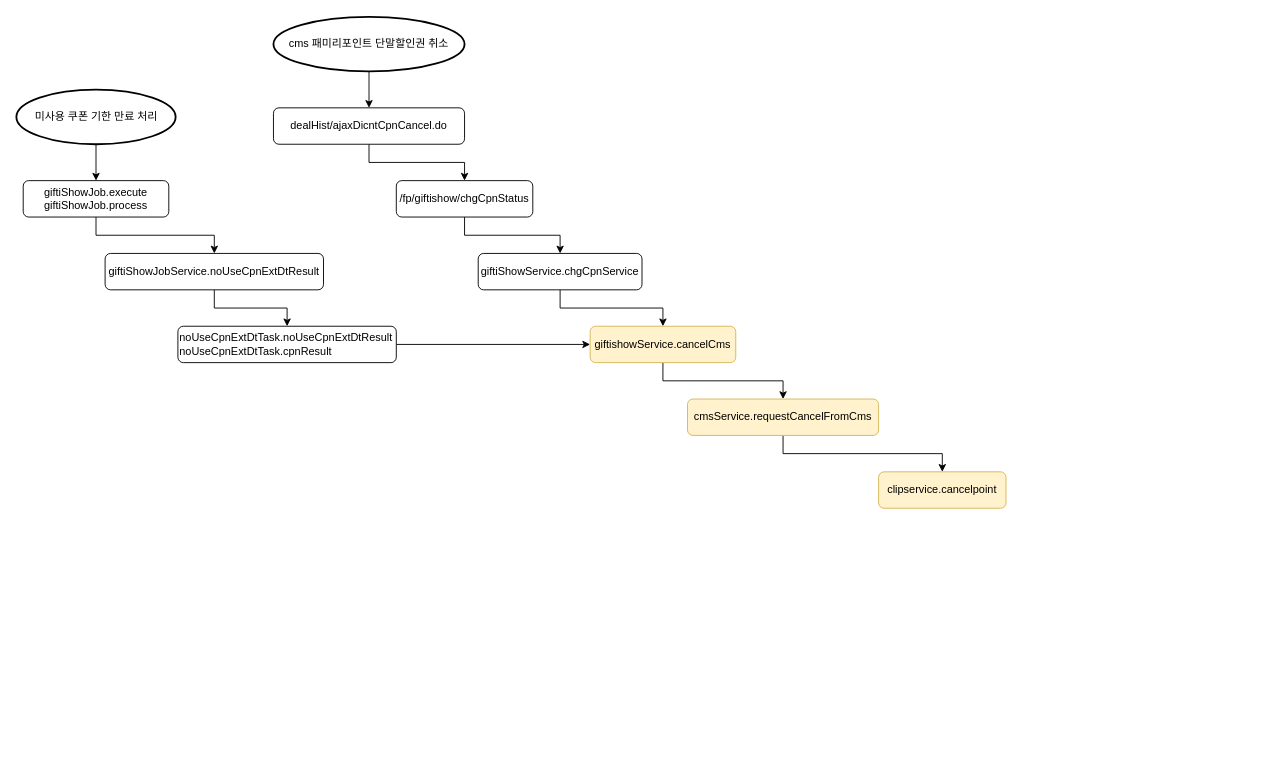
Before: pointHub.drawio in latemorning/sichuan, a draw.io diagram. Source tidied: cells renumbered, new cells numbered last; positions are measured from the earlier drawing's top-left corner, leaving out a move shared by most shapes. Both pictures are drawn from the tidied source at 91%, with x=0, y=0 at pixel (15, 16).
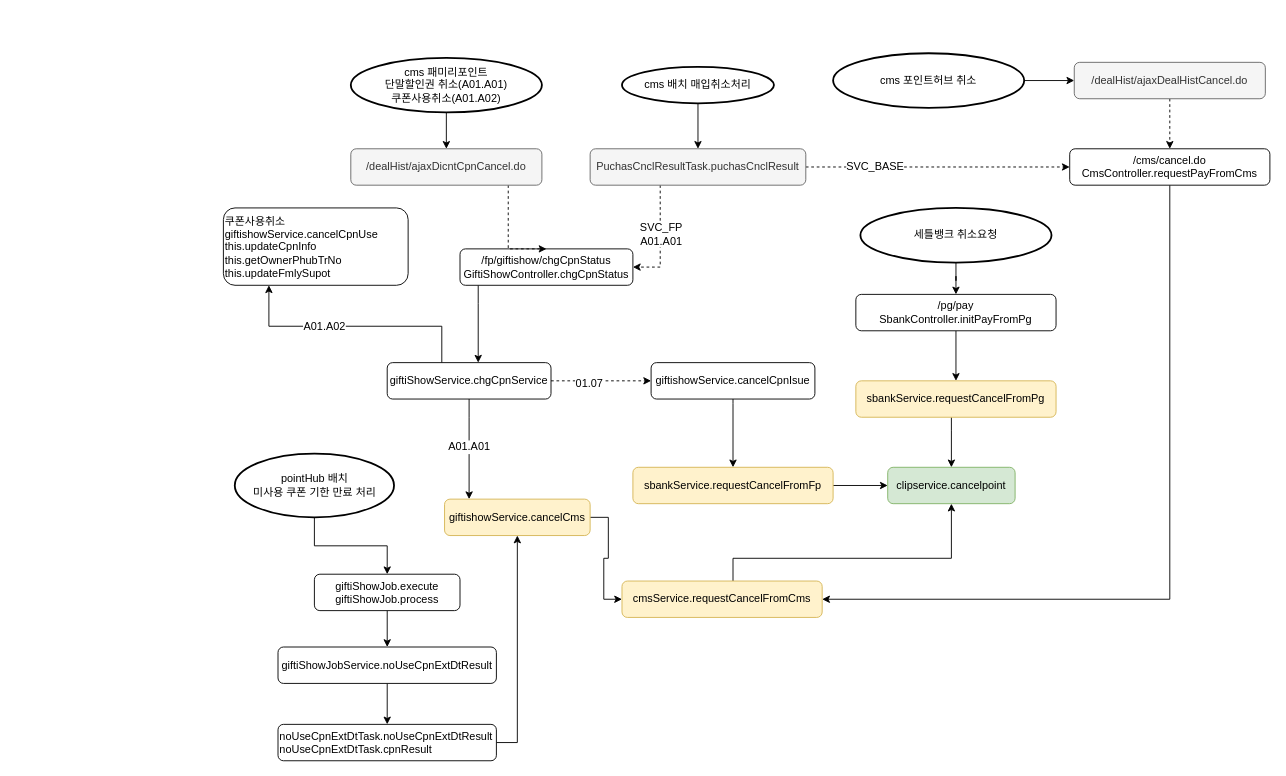
After the change.

Diff of the diagram source:
```diff
@@
-    <mxCell id="2" value="clipservice.cancelpoint" style="rounded=1;whiteSpace=wrap;html=1;fontSize=12;fillColor=#fff2cc;strokeColor=#d6b656;" parent="1" vertex="1">
-      <mxGeometry x="948" y="500" width="140" height="40" as="geometry" />
+    <mxCell id="2" value="clipservice.cancelpoint" style="rounded=1;whiteSpace=wrap;html=1;fontSize=12;fillColor=#d5e8d4;strokeColor=#82b366;" parent="1" vertex="1">
+      <mxGeometry x="958" y="495" width="140" height="40" as="geometry" />
     </mxCell>
-    <mxCell id="3" style="edgeStyle=orthogonalEdgeStyle;rounded=0;jettySize=auto;html=1;entryX=0.5;entryY=0;entryDx=0;entryDy=0;fontSize=12;" parent="1" edge="1" source="4" target="2">
-      <mxGeometry relative="1" as="geometry" />
+    <mxCell id="3" style="edgeStyle=orthogonalEdgeStyle;rounded=0;jettySize=auto;html=1;entryX=0.5;entryY=1;entryDx=0;entryDy=0;strokeColor=#000000;fontSize=12;" parent="1" edge="1" source="4" target="2">
+      <mxGeometry relative="1" as="geometry">
+        <Array as="points">
+          <mxPoint x="788" y="595" />
+          <mxPoint x="1028" y="595" />
+        </Array>
+      </mxGeometry>
     </mxCell>
     <mxCell id="4" value="cmsService.requestCancelFromCms" style="rounded=1;whiteSpace=wrap;html=1;fontSize=12;fillColor=#fff2cc;strokeColor=#d6b656;" parent="1" vertex="1">
-      <mxGeometry x="738" y="420" width="210" height="40" as="geometry" />
+      <mxGeometry x="666" y="620" width="220" height="40" as="geometry" />
     </mxCell>
-    <mxCell id="5" style="edgeStyle=orthogonalEdgeStyle;rounded=0;jettySize=auto;html=1;entryX=0.5;entryY=0;entryDx=0;entryDy=0;fontSize=12;" parent="1" edge="1" source="6" target="4">
+    <mxCell id="5" style="edgeStyle=orthogonalEdgeStyle;rounded=0;jettySize=auto;html=1;entryX=0;entryY=0.5;entryDx=0;entryDy=0;strokeColor=#000000;fontSize=12;" parent="1" edge="1" source="6" target="4">
       <mxGeometry relative="1" as="geometry" />
     </mxCell>
     <mxCell id="6" value="giftishowService.cancelCms" style="rounded=1;whiteSpace=wrap;html=1;fontSize=12;fillColor=#fff2cc;strokeColor=#d6b656;" parent="1" vertex="1">
-      <mxGeometry x="631" y="340" width="160" height="40" as="geometry" />
+      <mxGeometry x="471" y="530" width="160" height="40" as="geometry" />
     </mxCell>
-    <mxCell id="7" style="edgeStyle=orthogonalEdgeStyle;rounded=0;jettySize=auto;html=1;entryX=0.5;entryY=0;entryDx=0;entryDy=0;fontSize=12;" parent="1" edge="1" source="8" target="6">
-      <mxGeometry relative="1" as="geometry" />
+    <mxCell id="7" style="edgeStyle=orthogonalEdgeStyle;rounded=0;jettySize=auto;html=1;fontSize=12;exitX=0.5;exitY=1;exitDx=0;exitDy=0;" parent="1" edge="1" source="8" target="6">
+      <mxGeometry relative="1" as="geometry">
+        <Array as="points">
+          <mxPoint x="498" y="440" />
+          <mxPoint x="498" y="440" />
+        </Array>
+      </mxGeometry>
     </mxCell>
+    <mxCell id="23" value="A01.A01" style="text;html=1;align=center;verticalAlign=middle;labelBackgroundColor=#ffffff;fontSize=12;" parent="7" vertex="1">
+      <mxGeometry x="-0.06" y="-1" relative="1" as="geometry" />
+    </mxCell>
+    <mxCell id="24" style="edgeStyle=orthogonalEdgeStyle;rounded=0;jettySize=auto;html=1;strokeColor=#000000;fontSize=12;" parent="1" edge="1" source="8" target="40">
+      <mxGeometry relative="1" as="geometry">
+        <Array as="points">
+          <mxPoint x="468" y="340" />
+          <mxPoint x="278" y="340" />
+        </Array>
+      </mxGeometry>
+    </mxCell>
+    <mxCell id="25" value="A01.A02" style="text;html=1;align=center;verticalAlign=middle;labelBackgroundColor=#ffffff;fontSize=12;" parent="24" vertex="1">
+      <mxGeometry x="0.03" y="2" relative="1" as="geometry">
+        <mxPoint x="-28" y="-2" as="offset" />
+      </mxGeometry>
+    </mxCell>
+    <mxCell id="26" style="edgeStyle=orthogonalEdgeStyle;rounded=0;jettySize=auto;html=1;entryX=0;entryY=0.5;entryDx=0;entryDy=0;dashed=1;strokeColor=#000000;fontSize=12;" parent="1" edge="1" source="8" target="51">
+      <mxGeometry relative="1" as="geometry" />
+    </mxCell>
+    <mxCell id="27" value="01.07" style="text;html=1;align=center;verticalAlign=middle;labelBackgroundColor=#ffffff;fontSize=12;" parent="26" vertex="1">
+      <mxGeometry x="-0.26" y="-2" relative="1" as="geometry" />
+    </mxCell>
     <mxCell id="8" value="giftiShowService.chgCpnService" style="rounded=1;whiteSpace=wrap;html=1;fontSize=12;" parent="1" vertex="1">
-      <mxGeometry x="508" y="260" width="180" height="40" as="geometry" />
+      <mxGeometry x="408" y="380" width="180" height="40" as="geometry" />
     </mxCell>
     <mxCell id="9" style="edgeStyle=orthogonalEdgeStyle;rounded=0;jettySize=auto;html=1;fontSize=12;" parent="1" edge="1" source="10" target="8">
-      <mxGeometry relative="1" as="geometry" />
+      <mxGeometry relative="1" as="geometry">
+        <Array as="points">
+          <mxPoint x="508" y="315" />
+          <mxPoint x="508" y="315" />
+        </Array>
+      </mxGeometry>
     </mxCell>
-    <mxCell id="10" value="/fp/giftishow/chgCpnStatus" style="rounded=1;whiteSpace=wrap;html=1;fontSize=12;" parent="1" vertex="1">
-      <mxGeometry x="418" y="180" width="150" height="40" as="geometry" />
+    <mxCell id="10" value="/fp/giftishow/chgCpnStatus&lt;br&gt;GiftiShowController.chgCpnStatus" style="rounded=1;whiteSpace=wrap;html=1;fontSize=12;" parent="1" vertex="1">
+      <mxGeometry x="488" y="255" width="190" height="40" as="geometry" />
     </mxCell>
-    <mxCell id="11" style="edgeStyle=orthogonalEdgeStyle;rounded=0;jettySize=auto;html=1;entryX=0.5;entryY=0;entryDx=0;entryDy=0;fontSize=12;" parent="1" edge="1" source="12" target="10">
-      <mxGeometry relative="1" as="geometry" />
+    <mxCell id="11" style="edgeStyle=orthogonalEdgeStyle;rounded=0;jettySize=auto;html=1;entryX=0.5;entryY=0;entryDx=0;entryDy=0;fontSize=12;dashed=1;" parent="1" edge="1" source="12" target="10">
+      <mxGeometry relative="1" as="geometry">
+        <Array as="points">
+          <mxPoint x="541" y="215" />
+          <mxPoint x="541" y="215" />
+        </Array>
+      </mxGeometry>
     </mxCell>
-    <mxCell id="12" value="dealHist/ajaxDicntCpnCancel.do" style="rounded=1;whiteSpace=wrap;html=1;fontSize=12;" parent="1" vertex="1">
-      <mxGeometry x="283" y="100" width="210" height="40" as="geometry" />
+    <mxCell id="12" value="/dealHist/ajaxDicntCpnCancel.do" style="rounded=1;whiteSpace=wrap;html=1;fontSize=12;fillColor=#f5f5f5;strokeColor=#666666;fontColor=#333333;" parent="1" vertex="1">
+      <mxGeometry x="368" y="145" width="210" height="40" as="geometry" />
     </mxCell>
-    <mxCell id="13" style="edgeStyle=orthogonalEdgeStyle;rounded=0;jettySize=auto;html=1;fontSize=12;" parent="1" edge="1" source="14" target="16">
+    <mxCell id="13" style="edgeStyle=orthogonalEdgeStyle;rounded=0;jettySize=auto;html=1;entryX=0.5;entryY=0;entryDx=0;entryDy=0;strokeColor=#000000;fontSize=12;" parent="1" edge="1" source="14" target="16">
       <mxGeometry relative="1" as="geometry" />
     </mxCell>
     <mxCell id="14" value="giftiShowJob.execute&lt;br&gt;giftiShowJob.process" style="rounded=1;whiteSpace=wrap;html=1;fontSize=12;" parent="1" vertex="1">
-      <mxGeometry x="8" y="180" width="160" height="40" as="geometry" />
+      <mxGeometry x="328" y="612.5" width="160" height="40" as="geometry" />
     </mxCell>
-    <mxCell id="15" style="edgeStyle=orthogonalEdgeStyle;rounded=0;jettySize=auto;html=1;entryX=0.5;entryY=0;entryDx=0;entryDy=0;fontSize=12;" parent="1" edge="1" source="16" target="18">
+    <mxCell id="15" style="edgeStyle=orthogonalEdgeStyle;rounded=0;jettySize=auto;html=1;entryX=0.5;entryY=0;entryDx=0;entryDy=0;strokeColor=#000000;fontSize=12;" parent="1" edge="1" source="16" target="18">
       <mxGeometry relative="1" as="geometry" />
     </mxCell>
     <mxCell id="16" value="giftiShowJobService.noUseCpnExtDtResult" style="rounded=1;whiteSpace=wrap;html=1;fontSize=12;" parent="1" vertex="1">
-      <mxGeometry x="98" y="260" width="240" height="40" as="geometry" />
+      <mxGeometry x="288" y="692.5" width="240" height="40" as="geometry" />
     </mxCell>
-    <mxCell id="17" style="edgeStyle=orthogonalEdgeStyle;rounded=0;jettySize=auto;html=1;entryX=0;entryY=0.5;entryDx=0;entryDy=0;fontSize=12;exitX=1;exitY=0.5;exitDx=0;exitDy=0;" parent="1" edge="1" source="18" target="6">
+    <mxCell id="17" style="edgeStyle=orthogonalEdgeStyle;rounded=0;jettySize=auto;html=1;entryX=0.5;entryY=1;entryDx=0;entryDy=0;fontSize=12;exitX=1;exitY=0.5;exitDx=0;exitDy=0;" parent="1" edge="1" source="18" target="6">
       <mxGeometry relative="1" as="geometry" />
     </mxCell>
     <mxCell id="18" value="noUseCpnExtDtTask.noUseCpnExtDtResult&lt;br&gt;noUseCpnExtDtTask.cpnResult" style="rounded=1;whiteSpace=wrap;html=1;fontSize=12;align=left;" parent="1" vertex="1">
-      <mxGeometry x="178" y="340" width="240" height="40" as="geometry" />
+      <mxGeometry x="288" y="777.5" width="240" height="40" as="geometry" />
     </mxCell>
@@
-    <mxCell id="20" value="&lt;span style=&quot;white-space: normal&quot;&gt;cms 패미리포인트 단말할인권 취소&lt;/span&gt;" style="strokeWidth=2;html=1;shape=mxgraph.flowchart.start_1;whiteSpace=wrap;fontSize=12;align=center;" parent="1" vertex="1">
-      <mxGeometry x="283" width="210" height="60" as="geometry" />
+    <mxCell id="20" value="&lt;span style=&quot;white-space: normal&quot;&gt;cms 패미리포인트 &lt;br&gt;단말할인권 취소(A01.A01)&lt;br&gt;쿠폰사용취소(A01.A02)&lt;br&gt;&lt;/span&gt;" style="strokeWidth=2;html=1;shape=mxgraph.flowchart.start_1;whiteSpace=wrap;fontSize=12;align=center;" parent="1" vertex="1">
+      <mxGeometry x="368" y="45" width="210" height="60" as="geometry" />
     </mxCell>
-    <mxCell id="21" style="edgeStyle=orthogonalEdgeStyle;rounded=0;jettySize=auto;html=1;entryX=0.5;entryY=0;entryDx=0;entryDy=0;fontSize=12;" parent="1" edge="1" source="22" target="14">
+    <mxCell id="21" style="edgeStyle=orthogonalEdgeStyle;rounded=0;jettySize=auto;html=1;entryX=0.5;entryY=0;entryDx=0;entryDy=0;strokeColor=#000000;fontSize=12;" parent="1" edge="1" source="22" target="14">
       <mxGeometry relative="1" as="geometry" />
     </mxCell>
-    <mxCell id="22" value="미사용 쿠폰 기한 만료 처리" style="strokeWidth=2;html=1;shape=mxgraph.flowchart.start_1;whiteSpace=wrap;fontSize=12;align=center;" parent="1" vertex="1">
-      <mxGeometry x="0.5" y="80" width="175" height="60" as="geometry" />
+    <mxCell id="22" value="pointHub 배치&lt;br&gt;미사용 쿠폰 기한 만료 처리" style="strokeWidth=2;html=1;shape=mxgraph.flowchart.start_1;whiteSpace=wrap;fontSize=12;align=center;" parent="1" vertex="1">
+      <mxGeometry x="240.5" y="480" width="175" height="70" as="geometry" />
     </mxCell>
+    <mxCell id="28" style="edgeStyle=orthogonalEdgeStyle;rounded=0;jettySize=auto;html=1;entryX=0;entryY=0.5;entryDx=0;entryDy=0;strokeColor=#000000;fontSize=12;" parent="1" edge="1" source="29" target="31">
+      <mxGeometry relative="1" as="geometry" />
+    </mxCell>
+    <mxCell id="29" value="&lt;span style=&quot;white-space: normal&quot;&gt;cms 포인트허브 취소&lt;/span&gt;" style="strokeWidth=2;html=1;shape=mxgraph.flowchart.start_1;whiteSpace=wrap;fontSize=12;align=center;" parent="1" vertex="1">
+      <mxGeometry x="898" y="40" width="210" height="60" as="geometry" />
+    </mxCell>
+    <mxCell id="30" style="edgeStyle=orthogonalEdgeStyle;rounded=0;jettySize=auto;html=1;entryX=0.5;entryY=0;entryDx=0;entryDy=0;strokeColor=#000000;fontSize=12;dashed=1;" parent="1" edge="1" source="31" target="33">
+      <mxGeometry relative="1" as="geometry" />
+    </mxCell>
+    <mxCell id="31" value="/dealHist/ajaxDealHistCancel.do" style="rounded=1;whiteSpace=wrap;html=1;fontSize=12;fillColor=#f5f5f5;strokeColor=#666666;fontColor=#333333;" parent="1" vertex="1">
+      <mxGeometry x="1163" y="50" width="210" height="40" as="geometry" />
+    </mxCell>
+    <mxCell id="32" style="edgeStyle=orthogonalEdgeStyle;rounded=0;jettySize=auto;html=1;entryX=1;entryY=0.5;entryDx=0;entryDy=0;strokeColor=#000000;fontSize=12;" parent="1" edge="1" source="33" target="4">
+      <mxGeometry relative="1" as="geometry">
+        <Array as="points">
+          <mxPoint x="1268" y="640" />
+        </Array>
+      </mxGeometry>
+    </mxCell>
+    <mxCell id="33" value="/cms/cancel.do&lt;br&gt;CmsController.requestPayFromCms" style="rounded=1;whiteSpace=wrap;html=1;fontSize=12;" parent="1" vertex="1">
+      <mxGeometry x="1158" y="145" width="220" height="40" as="geometry" />
+    </mxCell>
+    <mxCell id="34" style="edgeStyle=orthogonalEdgeStyle;rounded=0;jettySize=auto;html=1;strokeColor=#000000;fontSize=12;entryX=0.5;entryY=0;entryDx=0;entryDy=0;" parent="1" edge="1" source="35" target="37">
+      <mxGeometry relative="1" as="geometry" />
+    </mxCell>
+    <mxCell id="35" value="&lt;span style=&quot;white-space: normal&quot;&gt;세틀뱅크 취소요청&lt;br&gt;&lt;/span&gt;" style="strokeWidth=2;html=1;shape=mxgraph.flowchart.start_1;whiteSpace=wrap;fontSize=12;align=center;" parent="1" vertex="1">
+      <mxGeometry x="928" y="210" width="210" height="60" as="geometry" />
+    </mxCell>
+    <mxCell id="36" style="edgeStyle=orthogonalEdgeStyle;rounded=0;jettySize=auto;html=1;entryX=0.5;entryY=0;entryDx=0;entryDy=0;strokeColor=#000000;fontSize=12;" parent="1" edge="1" source="37" target="39">
+      <mxGeometry relative="1" as="geometry" />
+    </mxCell>
+    <mxCell id="37" value="/pg/pay&lt;br&gt;SbankController.initPayFromPg" style="rounded=1;whiteSpace=wrap;html=1;fontSize=12;" parent="1" vertex="1">
+      <mxGeometry x="923" y="305" width="220" height="40" as="geometry" />
+    </mxCell>
+    <mxCell id="38" style="edgeStyle=orthogonalEdgeStyle;rounded=0;jettySize=auto;html=1;strokeColor=#000000;fontSize=12;" parent="1" edge="1" source="39" target="2">
+      <mxGeometry relative="1" as="geometry">
+        <Array as="points">
+          <mxPoint x="1028" y="455" />
+          <mxPoint x="1028" y="455" />
+        </Array>
+      </mxGeometry>
+    </mxCell>
+    <mxCell id="39" value="sbankService.requestCancelFromPg" style="rounded=1;whiteSpace=wrap;html=1;fontSize=12;fillColor=#fff2cc;strokeColor=#d6b656;" parent="1" vertex="1">
+      <mxGeometry x="923" y="400" width="220" height="40" as="geometry" />
+    </mxCell>
+    <mxCell id="40" value="쿠폰사용취소&lt;br&gt;giftishowService.cancelCpnUse&lt;br&gt;this.updateCpnInfo&lt;br&gt;this.getOwnerPhubTrNo&lt;br&gt;this.updateFmlySupot" style="rounded=1;whiteSpace=wrap;html=1;fontSize=12;align=left;" parent="1" vertex="1">
+      <mxGeometry x="228" y="210" width="203" height="85" as="geometry" />
+    </mxCell>
+    <mxCell id="41" style="edgeStyle=orthogonalEdgeStyle;rounded=0;jettySize=auto;html=1;entryX=0.5;entryY=0;entryDx=0;entryDy=0;strokeColor=#000000;fontSize=12;" parent="1" edge="1" source="42" target="47">
+      <mxGeometry relative="1" as="geometry" />
+    </mxCell>
+    <mxCell id="42" value="&lt;span style=&quot;white-space: normal&quot;&gt;cms 배치 매입취소처리&lt;br&gt;&lt;/span&gt;" style="strokeWidth=2;html=1;shape=mxgraph.flowchart.start_1;whiteSpace=wrap;fontSize=12;align=center;" parent="1" vertex="1">
+      <mxGeometry x="666" y="55" width="167" height="40" as="geometry" />
+    </mxCell>
+    <mxCell id="43" style="edgeStyle=orthogonalEdgeStyle;rounded=0;jettySize=auto;html=1;entryX=1;entryY=0.5;entryDx=0;entryDy=0;strokeColor=#000000;fontSize=12;dashed=1;" parent="1" edge="1" source="47" target="10">
+      <mxGeometry relative="1" as="geometry">
+        <Array as="points">
+          <mxPoint x="708" y="275" />
+        </Array>
+      </mxGeometry>
+    </mxCell>
+    <mxCell id="44" value="SVC_FP&lt;br&gt;A01.A01" style="text;html=1;align=center;verticalAlign=middle;labelBackgroundColor=#ffffff;fontSize=12;" parent="43" vertex="1">
+      <mxGeometry x="-0.12" relative="1" as="geometry" />
+    </mxCell>
+    <mxCell id="45" style="edgeStyle=orthogonalEdgeStyle;rounded=0;jettySize=auto;html=1;entryX=0;entryY=0.5;entryDx=0;entryDy=0;strokeColor=#000000;fontSize=12;dashed=1;" parent="1" edge="1" source="47" target="33">
+      <mxGeometry relative="1" as="geometry">
+        <Array as="points">
+          <mxPoint x="1078" y="165" />
+          <mxPoint x="1078" y="165" />
+        </Array>
+      </mxGeometry>
+    </mxCell>
+    <mxCell id="46" value="SVC_BASE" style="text;html=1;align=center;verticalAlign=middle;labelBackgroundColor=#ffffff;fontSize=12;" parent="45" vertex="1">
+      <mxGeometry x="-0.48" y="1" relative="1" as="geometry" />
+    </mxCell>
+    <mxCell id="47" value="PuchasCnclResultTask.puchasCnclResult" style="rounded=1;whiteSpace=wrap;html=1;fontSize=12;fillColor=#f5f5f5;strokeColor=#666666;fontColor=#333333;" parent="1" vertex="1">
+      <mxGeometry x="631" y="145" width="237" height="40" as="geometry" />
+    </mxCell>
+    <mxCell id="48" style="edgeStyle=orthogonalEdgeStyle;rounded=0;jettySize=auto;html=1;strokeColor=#000000;fontSize=12;" parent="1" edge="1" source="51" target="50">
+      <mxGeometry relative="1" as="geometry">
+        <Array as="points">
+          <mxPoint x="788" y="425" />
+          <mxPoint x="788" y="425" />
+        </Array>
+      </mxGeometry>
+    </mxCell>
+    <mxCell id="49" style="edgeStyle=orthogonalEdgeStyle;rounded=0;jettySize=auto;html=1;strokeColor=#000000;fontSize=12;" parent="1" edge="1" source="50" target="2">
+      <mxGeometry relative="1" as="geometry" />
+    </mxCell>
+    <mxCell id="50" value="sbankService.requestCancelFromFp" style="rounded=1;whiteSpace=wrap;html=1;fontSize=12;fillColor=#fff2cc;strokeColor=#d6b656;" parent="1" vertex="1">
+      <mxGeometry x="678" y="495" width="220" height="40" as="geometry" />
+    </mxCell>
+    <mxCell id="51" value="giftishowService.cancelCpnIsue" style="rounded=1;whiteSpace=wrap;html=1;fontSize=12;" parent="1" vertex="1">
+      <mxGeometry x="698" y="380" width="180" height="40" as="geometry" />
+    </mxCell>
+    <mxCell id="52" style="edgeStyle=orthogonalEdgeStyle;rounded=0;orthogonalLoop=1;jettySize=auto;html=1;exitX=0.5;exitY=1;exitDx=0;exitDy=0;dashed=1;strokeColor=#000000;fontSize=12;" parent="1" edge="1" source="8" target="8">
+      <mxGeometry relative="1" as="geometry" />
+    </mxCell>
```
